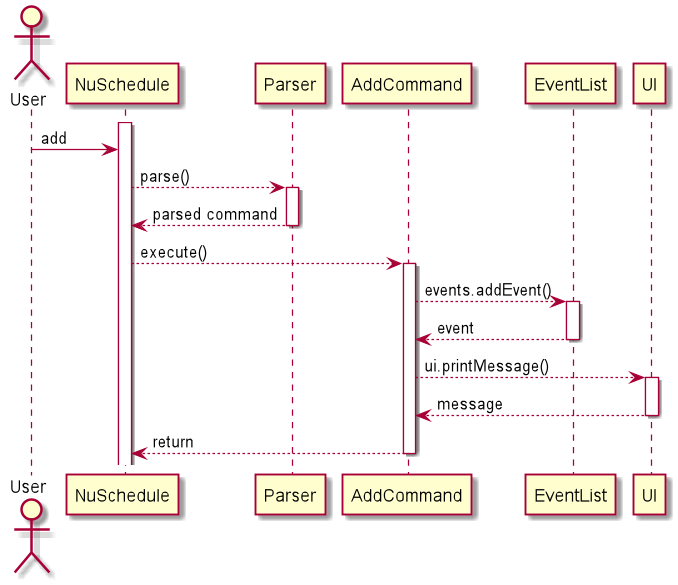
Before: docs/diagrams/AddCommand.png, a diagram exported from PlantUML (nus-cs2113-AY2021S1/tp).
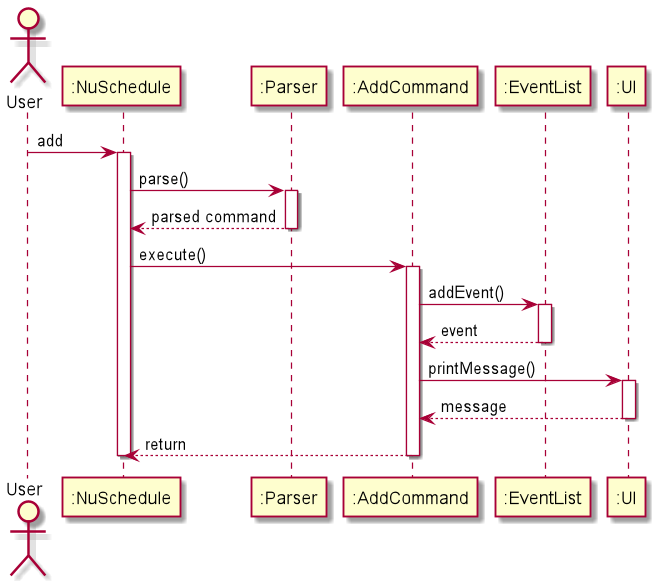
After the change.

Change to the diagram source:
```diff
@@ -1,15 +1,16 @@
 @startuml
 actor User
-activate NuSchedule
 
-User -> NuSchedule : add
-NuSchedule --> Parser ++ : parse()
-Parser --> NuSchedule -- : parsed command
-NuSchedule --> AddCommand ++ : execute()
-AddCommand --> EventList ++ : events.addEvent()
-EventList --> AddCommand -- : event
-AddCommand --> UI ++ : ui.printMessage()
-UI --> AddCommand -- : message
-AddCommand --> NuSchedule -- : return
 
+User -> ":NuSchedule" ++ : add
+":NuSchedule" -> ":Parser" ++ : parse()
+":Parser" --> ":NuSchedule" -- : parsed command
+":NuSchedule" -> ":AddCommand" ++ : execute()
+":AddCommand" -> ":EventList" ++ : addEvent()
+":EventList" --> ":AddCommand" -- : event
+":AddCommand" -> ":UI" ++ : printMessage()
+":UI" --> ":AddCommand" -- : message
+":AddCommand" --> ":NuSchedule" -- : return
+
+deactivate ":NuSchedule"
 @enduml
```
